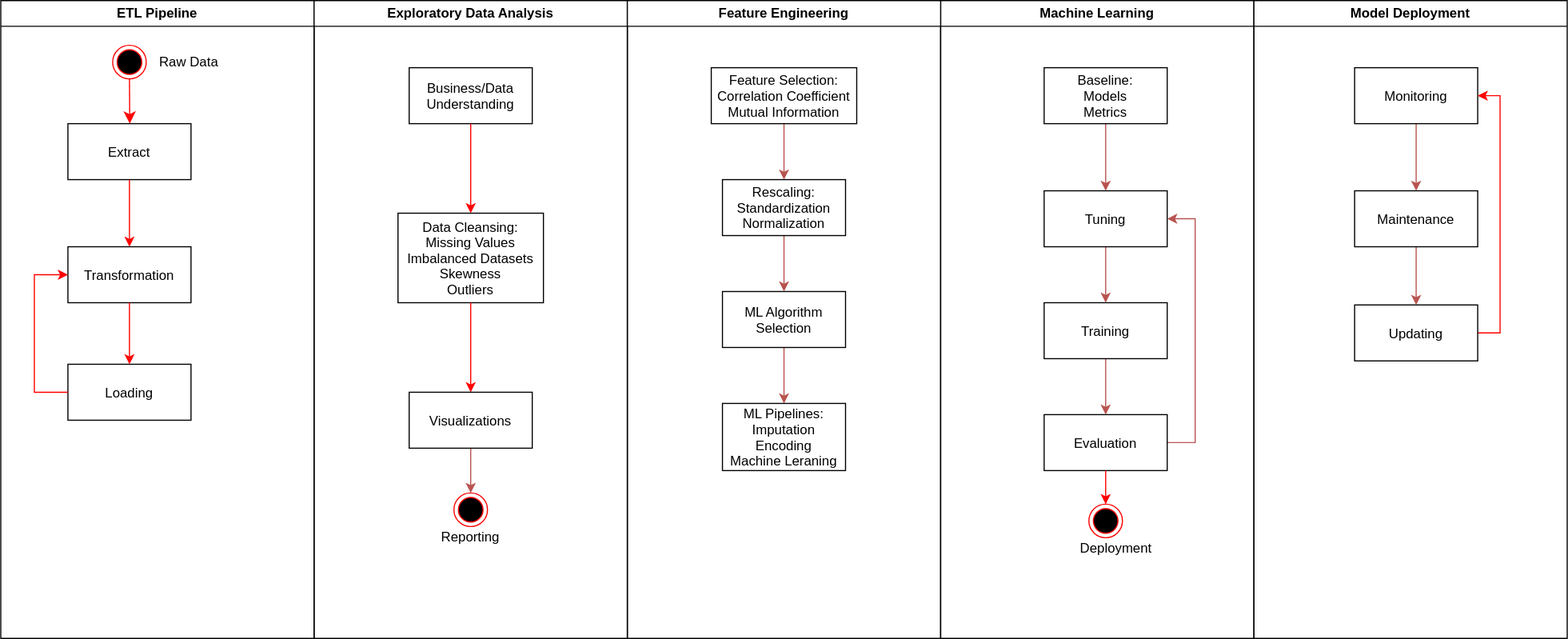
Earlier version of the draw.io export general_machine_learning.svg (ZacksAmber/Flowcharts). Source tidied: cells renumbered, new cells last; positions are measured from the earlier drawing's top-left corner, leaving out a move shared by most shapes.
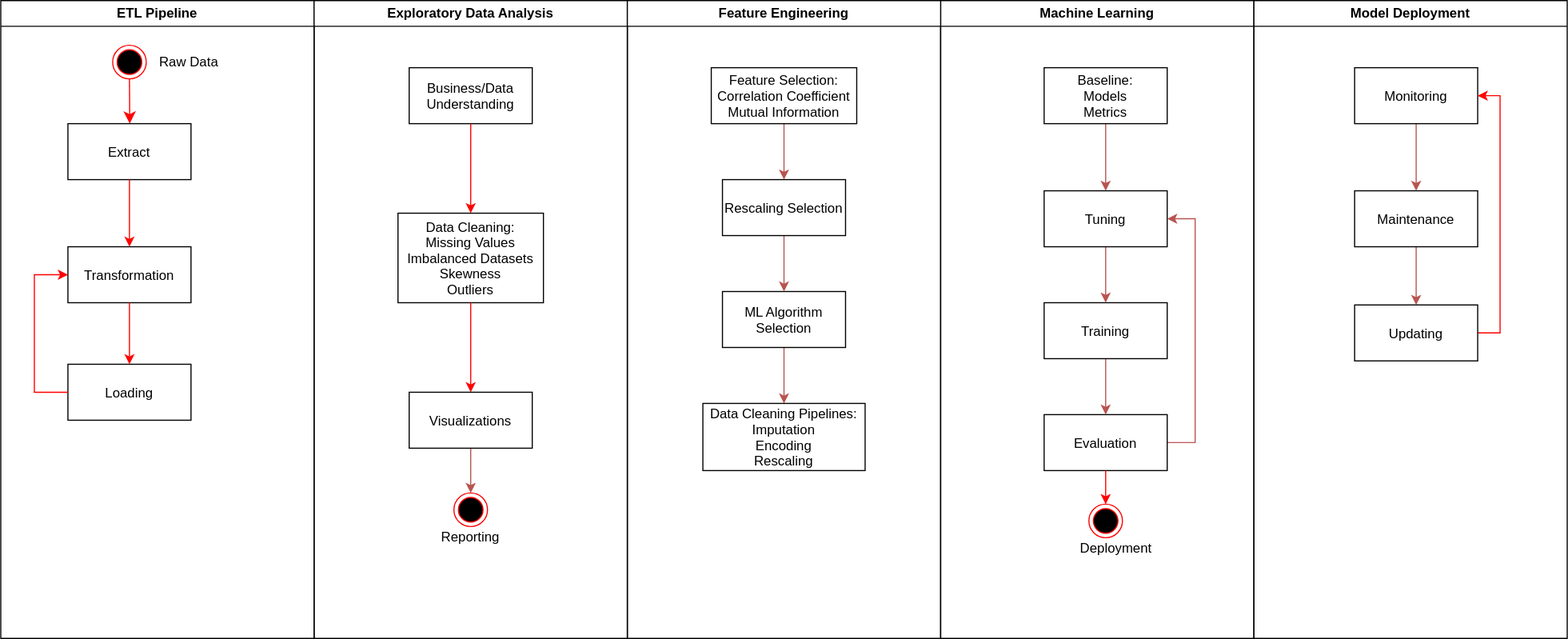
Later version of the same file.

What changed in the source:
```diff
@@ -44,7 +44,7 @@
     <mxCell id="13" value="Business/Data&#10;Understanding" parent="12" vertex="1">
       <mxGeometry x="85" y="60" width="110" height="50" as="geometry" />
     </mxCell>
-    <mxCell id="14" value="Data Cleansing:&#10;Missing Values&#10;Imbalanced Datasets&#10;Skewness&#10;Outliers" style="align=center;" parent="12" vertex="1">
+    <mxCell id="14" value="Data Cleaning:&#10;Missing Values&#10;Imbalanced Datasets&#10;Skewness&#10;Outliers" style="align=center;" parent="12" vertex="1">
       <mxGeometry x="75" y="190" width="130" height="80" as="geometry" />
     </mxCell>
     <mxCell id="15" style="endArrow=classic;strokeColor=#FF0000;endFill=1;rounded=0;edgeStyle=orthogonalEdgeStyle;" parent="12" edge="1" source="13" target="14">
@@ -120,8 +120,8 @@
     <mxCell id="36" value="ML Algorithm&#10;Selection" parent="34" vertex="1">
       <mxGeometry x="85" y="260" width="110" height="50" as="geometry" />
     </mxCell>
-    <mxCell id="37" value="ML Pipelines:&#10;Imputation&#10;Encoding&#10;Machine Leraning" style="align=center;" parent="34" vertex="1">
-      <mxGeometry x="85" y="360" width="110" height="60" as="geometry" />
+    <mxCell id="37" value="Data Cleaning Pipelines:&#10;Imputation&#10;Encoding&#10;Rescaling" style="align=center;" parent="34" vertex="1">
+      <mxGeometry x="67.5" y="360" width="145" height="60" as="geometry" />
     </mxCell>
     <mxCell id="38" style="edgeStyle=orthogonalEdgeStyle;rounded=0;jettySize=auto;html=1;strokeColor=#B85450;" parent="34" edge="1" source="39" target="41">
       <mxGeometry relative="1" as="geometry" />
@@ -132,7 +132,7 @@
     <mxCell id="40" style="edgeStyle=orthogonalEdgeStyle;rounded=0;jettySize=auto;html=1;strokeColor=#B85450;" parent="34" edge="1" source="41" target="36">
       <mxGeometry relative="1" as="geometry" />
     </mxCell>
-    <mxCell id="41" value="Rescaling:&#10;Standardization&#10;Normalization" parent="34" vertex="1">
+    <mxCell id="41" value="Rescaling Selection" parent="34" vertex="1">
       <mxGeometry x="85" y="160" width="110" height="50" as="geometry" />
     </mxCell>
     <mxCell id="42" value="Model Deployment" style="swimlane;whiteSpace=wrap;" parent="1" vertex="1">
```
